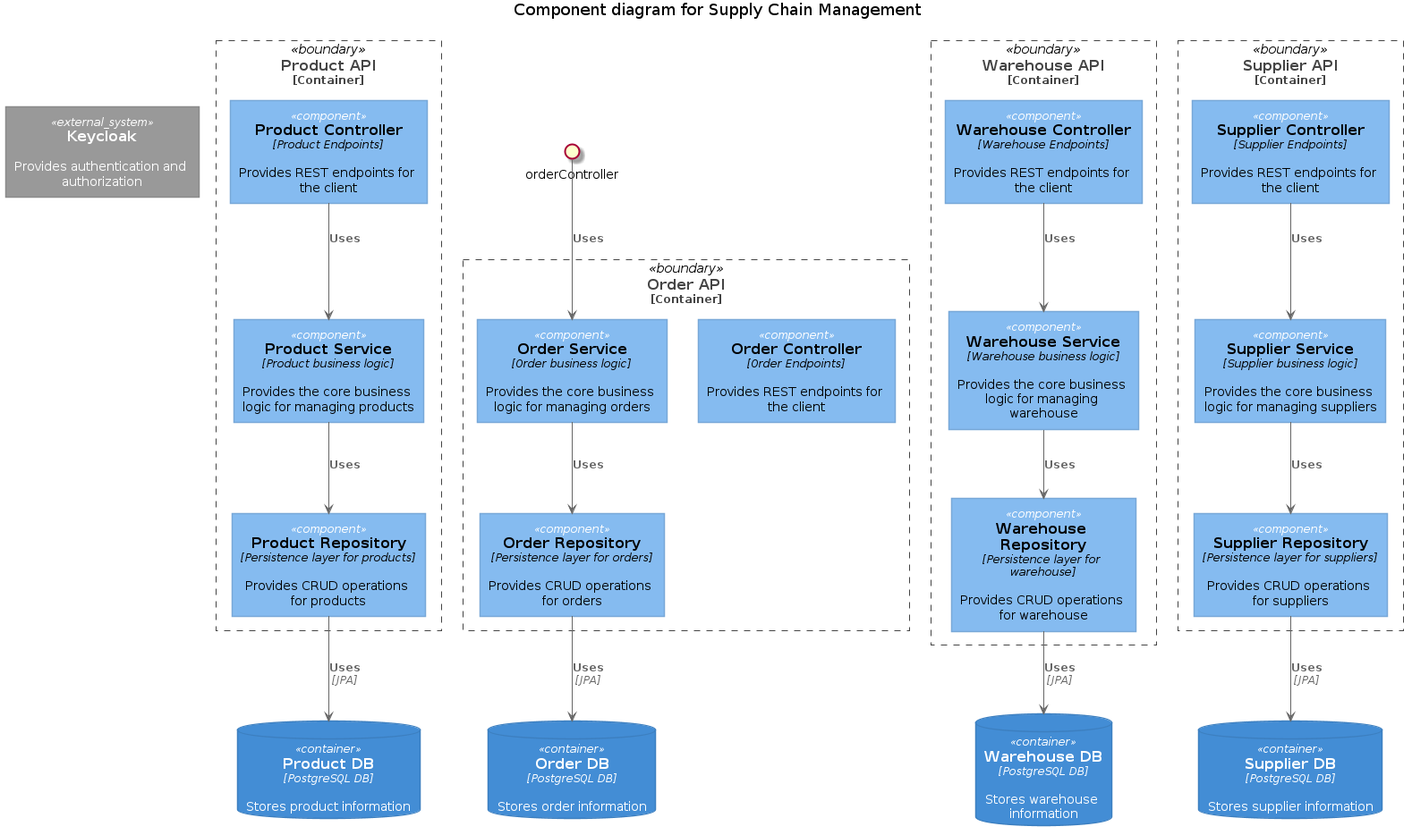
Earlier version of the PlantUML export design/component-diagram.png (ch88251/supply-chain-management). Its source is kept beside it as design/component-diagram.puml.
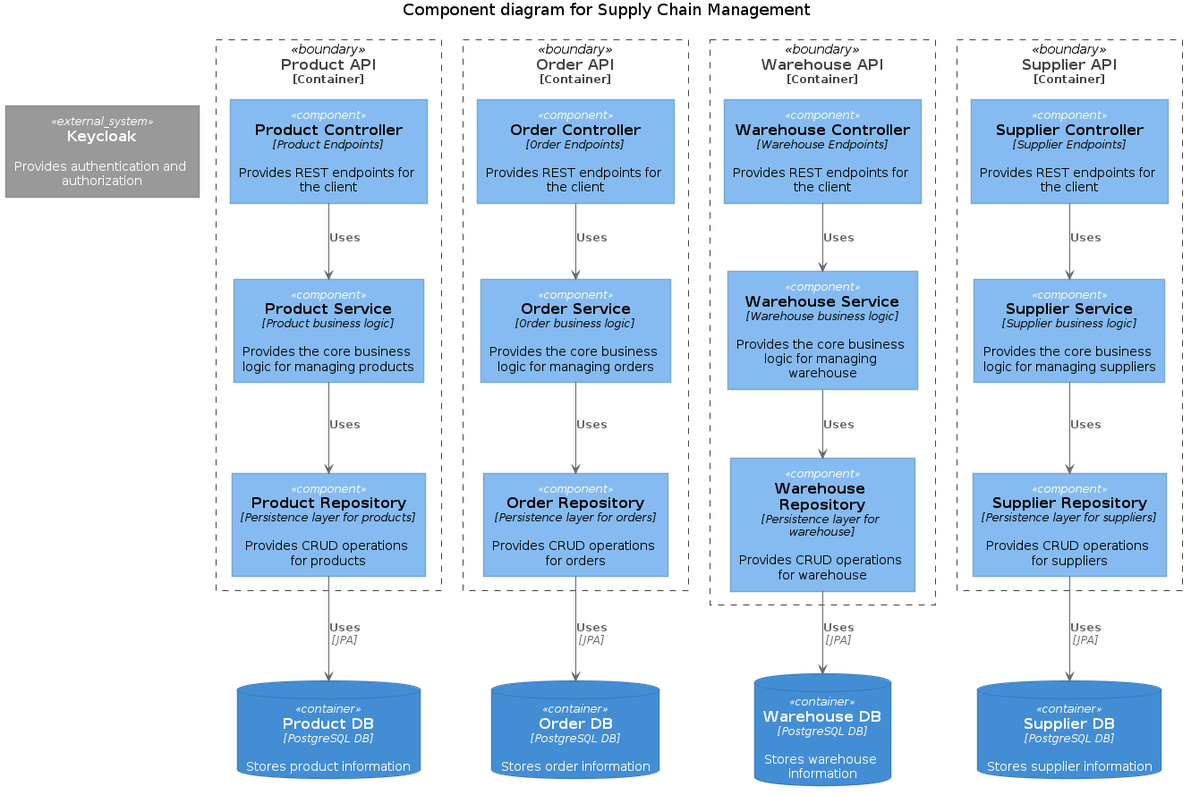
Later version of the same file.

Change to the diagram source:
```diff
@@ -18,7 +18,7 @@
 }
 
 Container_Boundary(order_api, "Order API") {
-  Component(customerController, "Order Controller", "Order Endpoints", "Provides REST endpoints for the client")
+  Component(orderController, "Order Controller", "Order Endpoints", "Provides REST endpoints for the client")
   Component(orderService, "Order Service", "Order business logic", "Provides the core business logic for managing orders")
   Component(orderRepository, "Order Repository", "Persistence layer for orders", "Provides CRUD operations for orders")
 }
```
